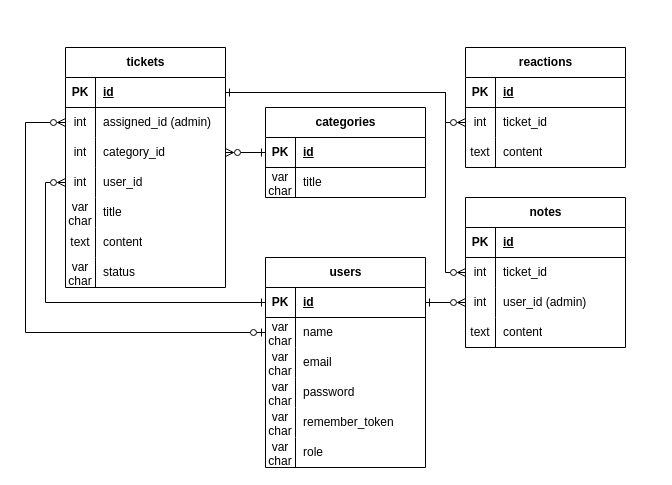
The draw.io diagram klantenhulpportaal-databasediagram.drawio in LeggyBoiTim/klantenhulpportaal, before the edit. Source tidied: cells renumbered, new cells numbered last; positions are measured from the earlier drawing's top-left corner, leaving out a move shared by most shapes. Both pictures are drawn from the tidied source at 100%, with x=0, y=0 at pixel (25, 47).
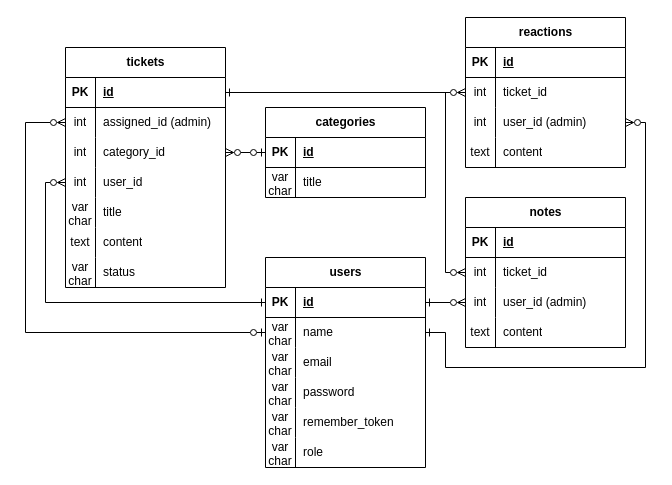
After the change.

Unchanged cells that the change refers to:
```xml
<mxCell id="6" style="shape=tableRow;horizontal=0;startSize=0;swimlaneHead=0;swimlaneBody=0;fillColor=none;points=[[0,0.5],[1,0.5]];portConstraint=eastwest;top=0;left=0;right=0;bottom=0;" parent="2" vertex="1">
  <mxGeometry y="60" width="160" height="30" as="geometry" />
</mxCell>
<mxCell id="22" style="shape=tableRow;horizontal=0;startSize=0;swimlaneHead=0;swimlaneBody=0;fillColor=none;points=[[0,0.5],[1,0.5]];portConstraint=eastwest;top=0;left=0;right=0;bottom=1;" parent="21" vertex="1">
  <mxGeometry y="30" width="160" height="30" as="geometry" />
</mxCell>
<mxCell id="28" style="shape=tableRow;horizontal=0;startSize=0;swimlaneHead=0;swimlaneBody=0;fillColor=none;points=[[0,0.5],[1,0.5]];portConstraint=eastwest;top=0;left=0;right=0;bottom=0;" parent="21" vertex="1">
  <mxGeometry y="90" width="160" height="30" as="geometry" />
</mxCell>
<mxCell id="44" style="shape=tableRow;horizontal=0;startSize=0;swimlaneHead=0;swimlaneBody=0;fillColor=none;points=[[0,0.5],[1,0.5]];portConstraint=eastwest;top=0;left=0;right=0;bottom=1;" parent="43" vertex="1">
  <mxGeometry y="30" width="160" height="30" as="geometry" />
</mxCell>
<mxCell id="54" style="shape=tableRow;horizontal=0;startSize=0;swimlaneHead=0;swimlaneBody=0;fillColor=none;points=[[0,0.5],[1,0.5]];portConstraint=eastwest;top=0;left=0;right=0;bottom=0;" parent="50" vertex="1">
  <mxGeometry y="60" width="160" height="30" as="geometry" />
</mxCell>
<mxCell id="57" style="shape=tableRow;horizontal=0;startSize=0;swimlaneHead=0;swimlaneBody=0;fillColor=none;points=[[0,0.5],[1,0.5]];portConstraint=eastwest;top=0;left=0;right=0;bottom=0;" parent="50" vertex="1">
  <mxGeometry y="90" width="160" height="30" as="geometry" />
</mxCell>
```

What changed in the source:
```diff
@@
     <mxCell id="50" value="reactions" style="shape=table;startSize=30;childLayout=tableLayout;rowLines=0;fontStyle=1;align=center;html=1;" parent="1" vertex="1">
-      <mxGeometry x="440" width="160" height="120" as="geometry" />
+      <mxGeometry x="440" y="-30" width="160" height="150" as="geometry" />
     </mxCell>
@@
-    <mxCell id="58" value="text" style="shape=partialRectangle;fillColor=none;top=0;left=0;bottom=0;right=0;overflow=hidden;whiteSpace=wrap;html=1;" parent="57" vertex="1">
+    <mxCell id="58" value="int" style="shape=partialRectangle;fillColor=none;top=0;left=0;bottom=0;right=0;overflow=hidden;whiteSpace=wrap;html=1;" parent="57" vertex="1">
       <mxGeometry width="30" height="30" as="geometry" />
     </mxCell>
-    <mxCell id="59" value="content" style="shape=partialRectangle;fillColor=none;top=0;left=0;bottom=0;right=0;align=left;spacingLeft=6;overflow=hidden;whiteSpace=wrap;html=1;" parent="57" vertex="1">
+    <mxCell id="59" value="user_id (admin)" style="shape=partialRectangle;fillColor=none;top=0;left=0;bottom=0;right=0;align=left;spacingLeft=6;overflow=hidden;whiteSpace=wrap;html=1;" parent="57" vertex="1">
       <mxGeometry x="30" width="130" height="30" as="geometry" />
     </mxCell>
+    <mxCell id="79" style="shape=tableRow;horizontal=0;startSize=0;swimlaneHead=0;swimlaneBody=0;fillColor=none;top=0;left=0;right=0;bottom=0;" parent="50" vertex="1">
+      <mxGeometry y="120" width="160" height="30" as="geometry" />
+    </mxCell>
+    <mxCell id="80" value="text" style="shape=partialRectangle;fillColor=none;top=0;left=0;bottom=0;right=0;overflow=hidden;whiteSpace=wrap;html=1;" parent="79" vertex="1">
+      <mxGeometry width="30" height="30" as="geometry" />
+    </mxCell>
+    <mxCell id="81" value="content" style="shape=partialRectangle;fillColor=none;top=0;left=0;bottom=0;right=0;align=left;spacingLeft=6;overflow=hidden;whiteSpace=wrap;html=1;" parent="79" vertex="1">
+      <mxGeometry x="30" width="130" height="30" as="geometry" />
+    </mxCell>
@@
     <mxCell id="74" style="edgeStyle=orthogonalEdgeStyle;rounded=0;jettySize=auto;html=1;exitX=1;exitY=0.5;exitDx=0;exitDy=0;entryX=0;entryY=0.5;entryDx=0;entryDy=0;startArrow=ERone;startFill=0;endArrow=ERzeroToMany;endFill=0;" parent="1" edge="1" source="22" target="54">
       <mxGeometry relative="1" as="geometry">
         <Array as="points">
-          <mxPoint x="420" y="45" />
-          <mxPoint x="420" y="75" />
+          <mxPoint x="330" y="45" />
+          <mxPoint x="330" y="45" />
         </Array>
       </mxGeometry>
     </mxCell>
@@
-    <mxCell id="77" style="edgeStyle=orthogonalEdgeStyle;rounded=0;jettySize=auto;html=1;exitX=0;exitY=0.5;exitDx=0;exitDy=0;entryX=1;entryY=0.5;entryDx=0;entryDy=0;startArrow=ERone;startFill=0;endArrow=ERzeroToMany;endFill=0;" parent="1" edge="1" source="44" target="28">
+    <mxCell id="77" style="edgeStyle=orthogonalEdgeStyle;rounded=0;jettySize=auto;html=1;exitX=0;exitY=0.5;exitDx=0;exitDy=0;entryX=1;entryY=0.5;entryDx=0;entryDy=0;startArrow=ERzeroToOne;startFill=0;endArrow=ERzeroToMany;endFill=0;" parent="1" edge="1" source="44" target="28">
       <mxGeometry relative="1" as="geometry" />
     </mxCell>
@@
+    <mxCell id="82" style="edgeStyle=orthogonalEdgeStyle;rounded=0;jettySize=auto;html=1;exitX=1;exitY=0.5;exitDx=0;exitDy=0;entryX=1;entryY=0.5;entryDx=0;entryDy=0;startArrow=ERone;startFill=0;endArrow=ERzeroToMany;endFill=0;" parent="1" edge="1" source="6" target="57">
+      <mxGeometry relative="1" as="geometry">
+        <Array as="points">
+          <mxPoint x="420" y="285" />
+          <mxPoint x="420" y="320" />
+          <mxPoint x="620" y="320" />
+          <mxPoint x="620" y="75" />
+        </Array>
+      </mxGeometry>
+    </mxCell>
```
